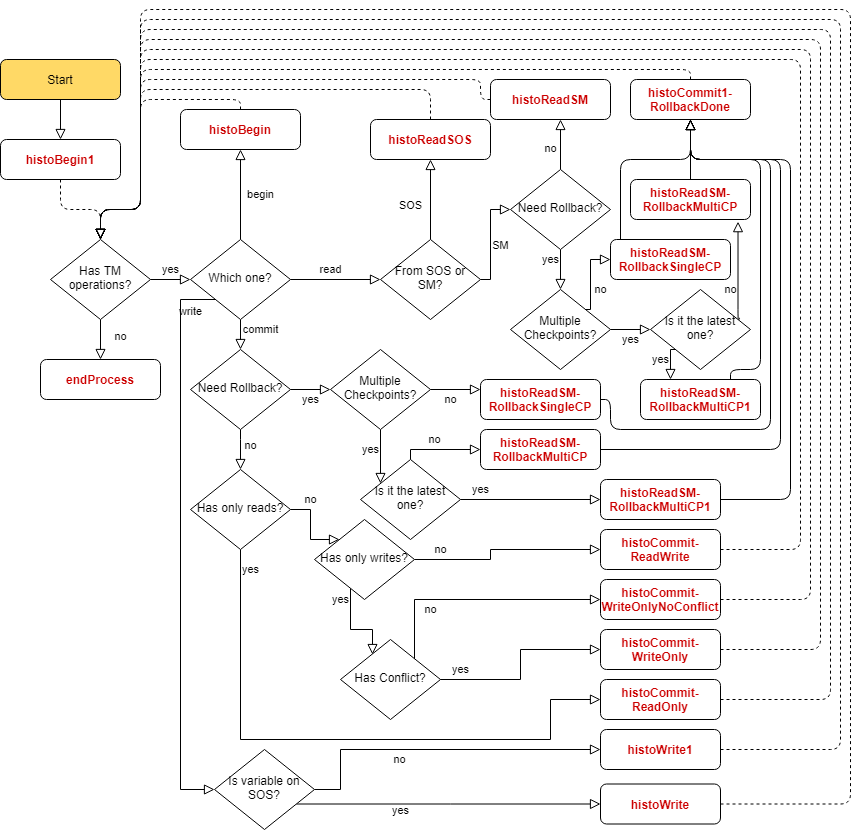
Before: flowchart.png, a diagram exported from draw.io (anonn34968/gtsfortm). Source tidied: cells renumbered, new cells last; positions are measured from the earlier drawing's top-left corner, leaving out a move shared by most shapes.
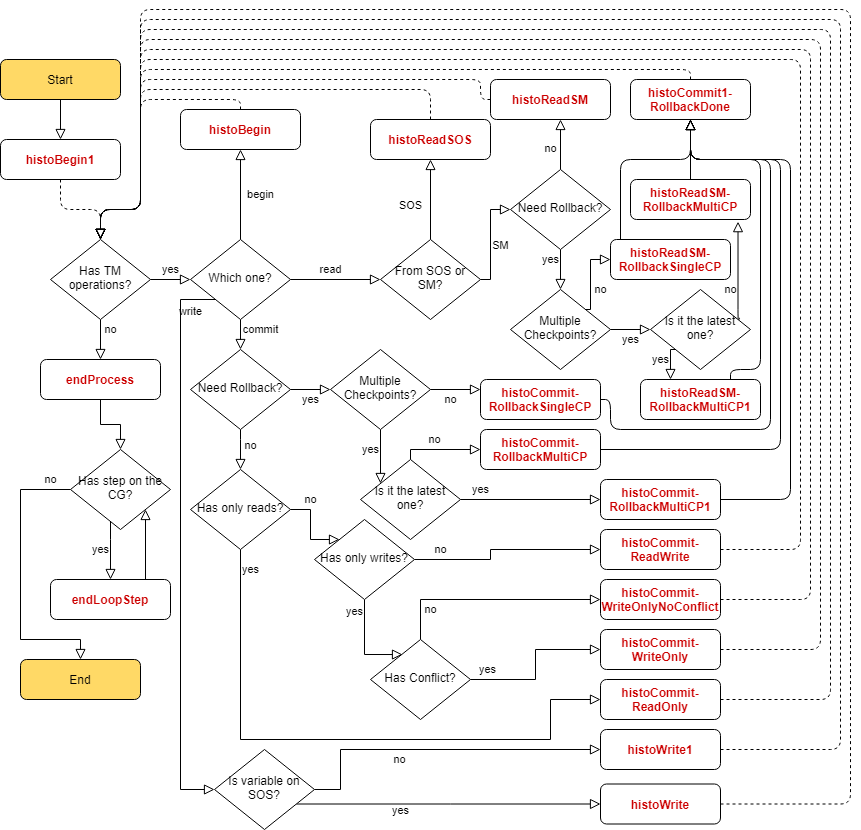
After the commit.

Change to the diagram source:
```diff
@@ -12,11 +12,14 @@
       <mxGeometry y="10" relative="1" as="geometry" />
     </mxCell>
     <mxCell id="5" value="no" style="edgeStyle=orthogonalEdgeStyle;rounded=0;jettySize=auto;html=1;shadow=0;labelBackgroundColor=none;endArrow=block;endFill=0;endSize=8;strokeWidth=1;entryX=0.5;entryY=0;entryDx=0;entryDy=0;" parent="1" edge="1" source="6" target="7">
-      <mxGeometry x="-0.14" y="20" relative="1" as="geometry" />
+      <mxGeometry x="-0.5" y="10" relative="1" as="geometry" />
     </mxCell>
     <mxCell id="6" value="Has TM operations?" style="rhombus;whiteSpace=wrap;html=1;shadow=0;fontFamily=Helvetica;fontSize=12;align=center;strokeWidth=1;spacing=6;spacingTop=-4;" parent="1" vertex="1">
       <mxGeometry x="50" y="230" width="100" height="80" as="geometry" />
     </mxCell>
+    <mxCell id="80" style="edgeStyle=orthogonalEdgeStyle;rounded=0;jettySize=auto;html=1;shadow=0;labelBackgroundColor=none;fontColor=#000000;endArrow=block;endFill=0;endSize=8;strokeColor=#000000;strokeWidth=1;" parent="1" edge="1" source="7" target="83">
+      <mxGeometry relative="1" as="geometry" />
+    </mxCell>
     <mxCell id="7" value="endProcess" style="rounded=1;whiteSpace=wrap;html=1;fontSize=12;glass=0;strokeWidth=1;shadow=0;fontStyle=1;fontColor=#CC0000;" parent="1" vertex="1">
       <mxGeometry x="40" y="350" width="120" height="40" as="geometry" />
     </mxCell>
@@ -252,8 +255,7 @@
     <mxCell id="51" value="yes" style="edgeStyle=orthogonalEdgeStyle;rounded=0;jettySize=auto;html=1;shadow=0;labelBackgroundColor=none;fontColor=#000000;endArrow=block;endFill=0;endSize=8;strokeColor=#000000;strokeWidth=1;entryX=0.32;entryY=0.188;entryDx=0;entryDy=0;entryPerimeter=0;" parent="1" edge="1" source="53" target="64">
       <mxGeometry x="-0.75" y="-10" relative="1" as="geometry">
         <Array as="points">
-          <mxPoint x="350" y="620" />
-          <mxPoint x="372" y="620" />
+          <mxPoint x="364" y="645" />
         </Array>
       </mxGeometry>
     </mxCell>
@@ -327,15 +329,15 @@
     <mxCell id="62" value="yes" style="edgeStyle=orthogonalEdgeStyle;rounded=0;jettySize=auto;html=1;exitX=1;exitY=0.5;exitDx=0;exitDy=0;entryX=0;entryY=0.5;entryDx=0;entryDy=0;shadow=0;labelBackgroundColor=none;fontColor=#000000;endArrow=block;endFill=0;endSize=8;strokeColor=#000000;strokeWidth=1;" parent="1" edge="1" source="64" target="55">
       <mxGeometry x="-0.79" y="10" relative="1" as="geometry" />
     </mxCell>
-    <mxCell id="63" value="no" style="edgeStyle=orthogonalEdgeStyle;rounded=0;jettySize=auto;html=1;exitX=1;exitY=0.5;exitDx=0;exitDy=0;entryX=0;entryY=0.5;entryDx=0;entryDy=0;shadow=0;labelBackgroundColor=none;fontColor=#000000;endArrow=block;endFill=0;endSize=8;strokeColor=#000000;strokeWidth=1;" parent="1" edge="1" source="64" target="61">
-      <mxGeometry x="-0.16" y="-10" relative="1" as="geometry">
+    <mxCell id="63" value="no" style="edgeStyle=orthogonalEdgeStyle;rounded=0;jettySize=auto;html=1;exitX=0.5;exitY=0;exitDx=0;exitDy=0;entryX=0;entryY=0.5;entryDx=0;entryDy=0;shadow=0;labelBackgroundColor=none;fontColor=#000000;endArrow=block;endFill=0;endSize=8;strokeColor=#000000;strokeWidth=1;" parent="1" edge="1" source="64" target="61">
+      <mxGeometry x="-0.55" y="-10" relative="1" as="geometry">
         <Array as="points">
-          <mxPoint x="414" y="590" />
+          <mxPoint x="420" y="590" />
         </Array>
       </mxGeometry>
     </mxCell>
     <mxCell id="64" value="Has Conflict?" style="rhombus;whiteSpace=wrap;html=1;shadow=0;fontFamily=Helvetica;fontSize=12;align=center;strokeWidth=1;spacing=6;spacingTop=-4;" parent="1" vertex="1">
-      <mxGeometry x="340" y="630" width="100" height="80" as="geometry" />
+      <mxGeometry x="370" y="630" width="100" height="80" as="geometry" />
     </mxCell>
     <mxCell id="65" value="no" style="edgeStyle=orthogonalEdgeStyle;rounded=0;jettySize=auto;html=1;entryX=0.5;entryY=0;entryDx=0;entryDy=0;shadow=0;labelBackgroundColor=none;fontColor=#000000;endArrow=block;endFill=0;endSize=8;strokeColor=#000000;strokeWidth=1;" parent="1" edge="1" source="67" target="50">
       <mxGeometry x="-0.2" y="10" relative="1" as="geometry">
@@ -398,7 +400,7 @@
         </Array>
       </mxGeometry>
     </mxCell>
-    <mxCell id="75" value="histoReadSM-RollbackSingleCP" style="rounded=1;whiteSpace=wrap;html=1;fontSize=12;glass=0;strokeWidth=1;shadow=0;fontColor=#CC0000;fontStyle=1;" parent="1" vertex="1">
+    <mxCell id="75" value="histoCommit-RollbackSingleCP" style="rounded=1;whiteSpace=wrap;html=1;fontSize=12;glass=0;strokeWidth=1;shadow=0;fontColor=#CC0000;fontStyle=1;" parent="1" vertex="1">
       <mxGeometry x="480" y="370" width="120" height="40" as="geometry" />
     </mxCell>
     <mxCell id="76" style="edgeStyle=orthogonalEdgeStyle;rounded=1;jettySize=auto;html=1;exitX=1;exitY=0.5;exitDx=0;exitDy=0;entryX=0.5;entryY=1;entryDx=0;entryDy=0;shadow=0;labelBackgroundColor=none;fontColor=#000000;endArrow=block;endFill=0;endSize=8;strokeColor=#000000;strokeWidth=1;" parent="1" edge="1" source="77" target="47">
@@ -410,7 +412,7 @@
         </Array>
       </mxGeometry>
     </mxCell>
-    <mxCell id="77" value="histoReadSM-RollbackMultiCP" style="rounded=1;whiteSpace=wrap;html=1;fontSize=12;glass=0;strokeWidth=1;shadow=0;fontColor=#CC0000;fontStyle=1;" parent="1" vertex="1">
+    <mxCell id="77" value="histoCommit-RollbackMultiCP" style="rounded=1;whiteSpace=wrap;html=1;fontSize=12;glass=0;strokeWidth=1;shadow=0;fontColor=#CC0000;fontStyle=1;" parent="1" vertex="1">
       <mxGeometry x="480" y="420" width="120" height="40" as="geometry" />
     </mxCell>
     <mxCell id="78" style="edgeStyle=orthogonalEdgeStyle;rounded=1;jettySize=auto;html=1;exitX=1;exitY=0.5;exitDx=0;exitDy=0;entryX=0.5;entryY=1;entryDx=0;entryDy=0;shadow=0;labelBackgroundColor=none;fontColor=#000000;endArrow=block;endFill=0;endSize=8;strokeColor=#000000;strokeWidth=1;" parent="1" edge="1" source="79" target="47">
@@ -422,8 +424,41 @@
         </Array>
       </mxGeometry>
     </mxCell>
-    <mxCell id="79" value="histoReadSM-RollbackMultiCP1" style="rounded=1;whiteSpace=wrap;html=1;fontSize=12;glass=0;strokeWidth=1;shadow=0;fontColor=#CC0000;fontStyle=1;" parent="1" vertex="1">
+    <mxCell id="79" value="histoCommit-RollbackMultiCP1" style="rounded=1;whiteSpace=wrap;html=1;fontSize=12;glass=0;strokeWidth=1;shadow=0;fontColor=#CC0000;fontStyle=1;" parent="1" vertex="1">
       <mxGeometry x="600" y="470" width="120" height="40" as="geometry" />
     </mxCell>
+    <mxCell id="81" value="yes" style="edgeStyle=orthogonalEdgeStyle;rounded=0;jettySize=auto;html=1;shadow=0;labelBackgroundColor=none;fontColor=#000000;endArrow=block;endFill=0;endSize=8;strokeColor=#000000;strokeWidth=1;" parent="1" edge="1" source="83" target="85">
+      <mxGeometry x="-0.03" y="-10" relative="1" as="geometry">
+        <Array as="points">
+          <mxPoint x="110" y="530" />
+          <mxPoint x="110" y="530" />
+        </Array>
+      </mxGeometry>
+    </mxCell>
+    <mxCell id="82" value="no" style="edgeStyle=orthogonalEdgeStyle;rounded=0;jettySize=auto;html=1;shadow=0;labelBackgroundColor=none;fontColor=#000000;endArrow=block;endFill=0;endSize=8;strokeColor=#000000;strokeWidth=1;" parent="1" edge="1" source="83" target="86">
+      <mxGeometry x="-0.86" y="-10" relative="1" as="geometry">
+        <Array as="points">
+          <mxPoint x="20" y="480" />
+          <mxPoint x="20" y="630" />
+          <mxPoint x="80" y="630" />
+        </Array>
+      </mxGeometry>
+    </mxCell>
+    <mxCell id="83" value="Has step on the CG?" style="rhombus;whiteSpace=wrap;html=1;shadow=0;fontFamily=Helvetica;fontSize=12;align=center;strokeWidth=1;spacing=6;spacingTop=-4;" parent="1" vertex="1">
+      <mxGeometry x="70" y="440" width="100" height="80" as="geometry" />
+    </mxCell>
+    <mxCell id="84" style="edgeStyle=orthogonalEdgeStyle;rounded=0;jettySize=auto;html=1;exitX=0.75;exitY=0;exitDx=0;exitDy=0;entryX=1;entryY=1;entryDx=0;entryDy=0;shadow=0;labelBackgroundColor=none;fontColor=#000000;endArrow=block;endFill=0;endSize=8;strokeColor=#000000;strokeWidth=1;" parent="1" edge="1" source="85" target="83">
+      <mxGeometry relative="1" as="geometry">
+        <Array as="points">
+          <mxPoint x="145" y="570" />
+        </Array>
+      </mxGeometry>
+    </mxCell>
+    <mxCell id="85" value="endLoopStep" style="rounded=1;whiteSpace=wrap;html=1;fontSize=12;glass=0;strokeWidth=1;shadow=0;fontStyle=1;fontColor=#CC0000;" parent="1" vertex="1">
+      <mxGeometry x="50" y="570" width="120" height="40" as="geometry" />
+    </mxCell>
+    <mxCell id="86" value="End" style="rounded=1;whiteSpace=wrap;html=1;fontSize=12;glass=0;strokeWidth=1;shadow=0;fillColor=#FFD966;" parent="1" vertex="1">
+      <mxGeometry x="20" y="650" width="120" height="40" as="geometry" />
+    </mxCell>
   </root>
 </mxGraphModel>
```
